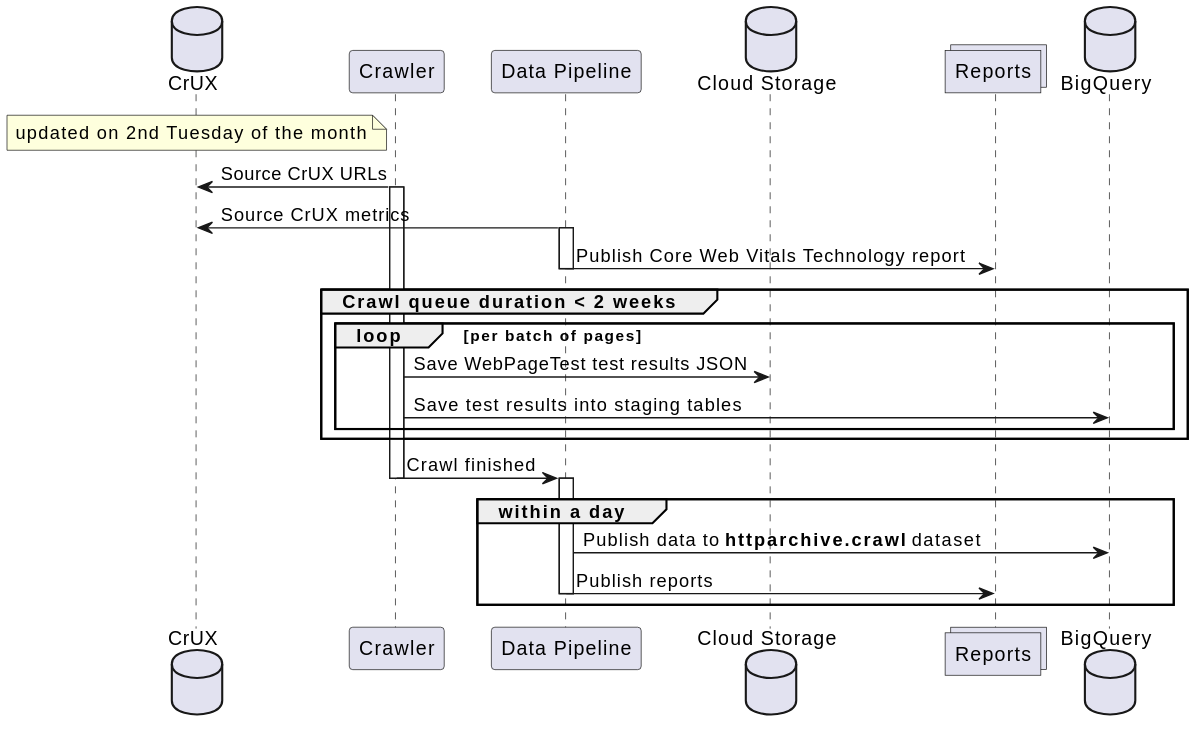
Before: src/content/docs/guides/release_cycle_diagram.svg, a diagram exported from PlantUML (HTTPArchive/har.fyi). Its diagram source:
```plantuml
@startuml
database CrUX
participant Crawler
participant Pipeline as "Data Pipeline"
database CloudStorage as "Cloud Storage"
collections Reports
database BigQuery

Note over CrUX: updated on 2nd Tuesday of the month

Crawler->CrUX: Source CrUX URLs
activate Crawler

Pipeline->CrUX: Source CrUX metrics
activate Pipeline

Pipeline->Reports: Publish Core Web Vitals Technology report
deactivate Pipeline

group Crawl queue duration < 2 weeks
    loop per batch of pages
        Crawler->CloudStorage: Save WebPageTest test results JSON
        Crawler->BigQuery: Save test results into staging tables
    end
end

Crawler->Pipeline : Crawl finished

deactivate Crawler

group within a day
    activate Pipeline
    Pipeline->BigQuery: Publish data to **httparchive.crawl** dataset
    Pipeline->Reports: Publish reports
    deactivate Pipeline
end
@enduml
```
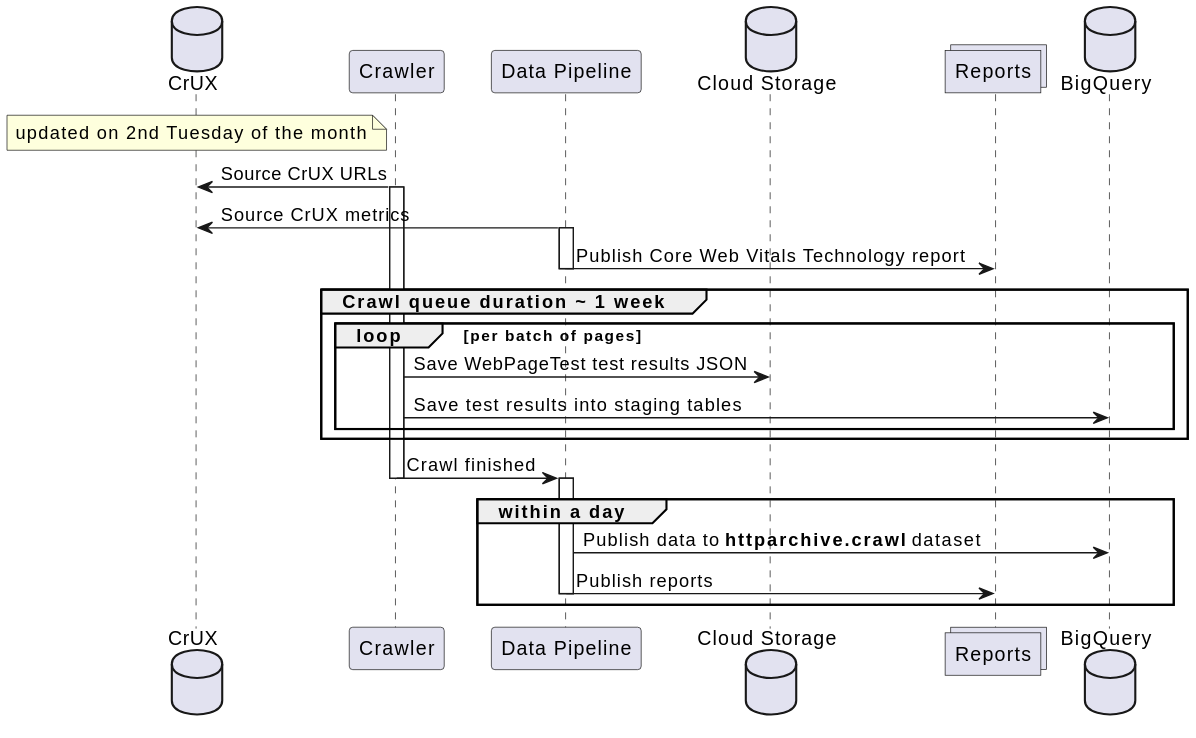
The same file after the commit.

Commit message:
1 week crawl queue

Change to the diagram source:
```diff
@@ -17,7 +17,7 @@
 Pipeline->Reports: Publish Core Web Vitals Technology report
 deactivate Pipeline
 
-group Crawl queue duration < 2 weeks
+group Crawl queue duration ~ 1 week
     loop per batch of pages
         Crawler->CloudStorage: Save WebPageTest test results JSON
         Crawler->BigQuery: Save test results into staging tables
```
